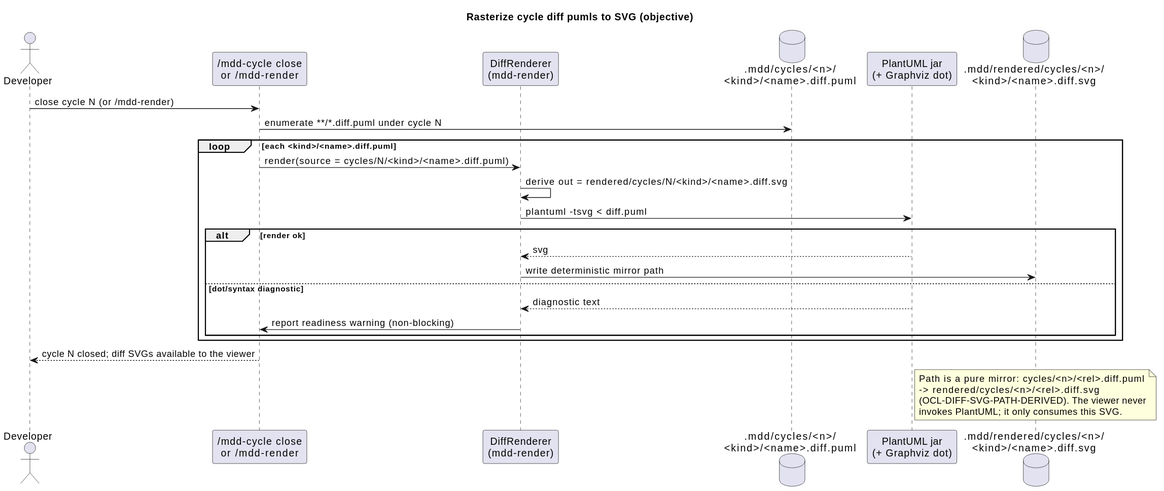
cthadeufaria/model-driven-development keeps this PlantUML diagram as .mdd/rendered/models/objective/sequences/cycle-diff-render.svg. Above is the earlier version. Its diagram source:
```plantuml
@startuml
title Rasterize cycle diff pumls to SVG (objective)

actor "Developer" as Dev
participant "/mdd-cycle close\nor /mdd-render" as Trigger
participant "DiffRenderer\n(mdd-render)" as Rend
database ".mdd/cycles/<n>/\n<kind>/<name>.diff.puml" as Store
participant "PlantUML jar\n(+ Graphviz dot)" as PUML
database ".mdd/rendered/cycles/<n>/\n<kind>/<name>.diff.svg" as Out

Dev -> Trigger : close cycle N (or /mdd-render)
Trigger -> Store : enumerate **/*.diff.puml under cycle N
loop each <kind>/<name>.diff.puml
  Trigger -> Rend : render(source = cycles/N/<kind>/<name>.diff.puml)
  Rend -> Rend : derive out = rendered/cycles/N/<kind>/<name>.diff.svg
  Rend -> PUML : plantuml -tsvg < diff.puml
  alt render ok
    PUML --> Rend : svg
    Rend -> Out : write deterministic mirror path
  else dot/syntax diagnostic
    PUML --> Rend : diagnostic text
    Rend -> Trigger : report readiness warning (non-blocking)
  end
end
Trigger --> Dev : cycle N closed; diff SVGs available to the viewer

note over Out
  Path is a pure mirror: cycles/<n>/<rel>.diff.puml
  -> rendered/cycles/<n>/<rel>.diff.svg
  (OCL-DIFF-SVG-PATH-DERIVED). The viewer never
  invokes PlantUML; it only consumes this SVG.
end note
@enduml
```
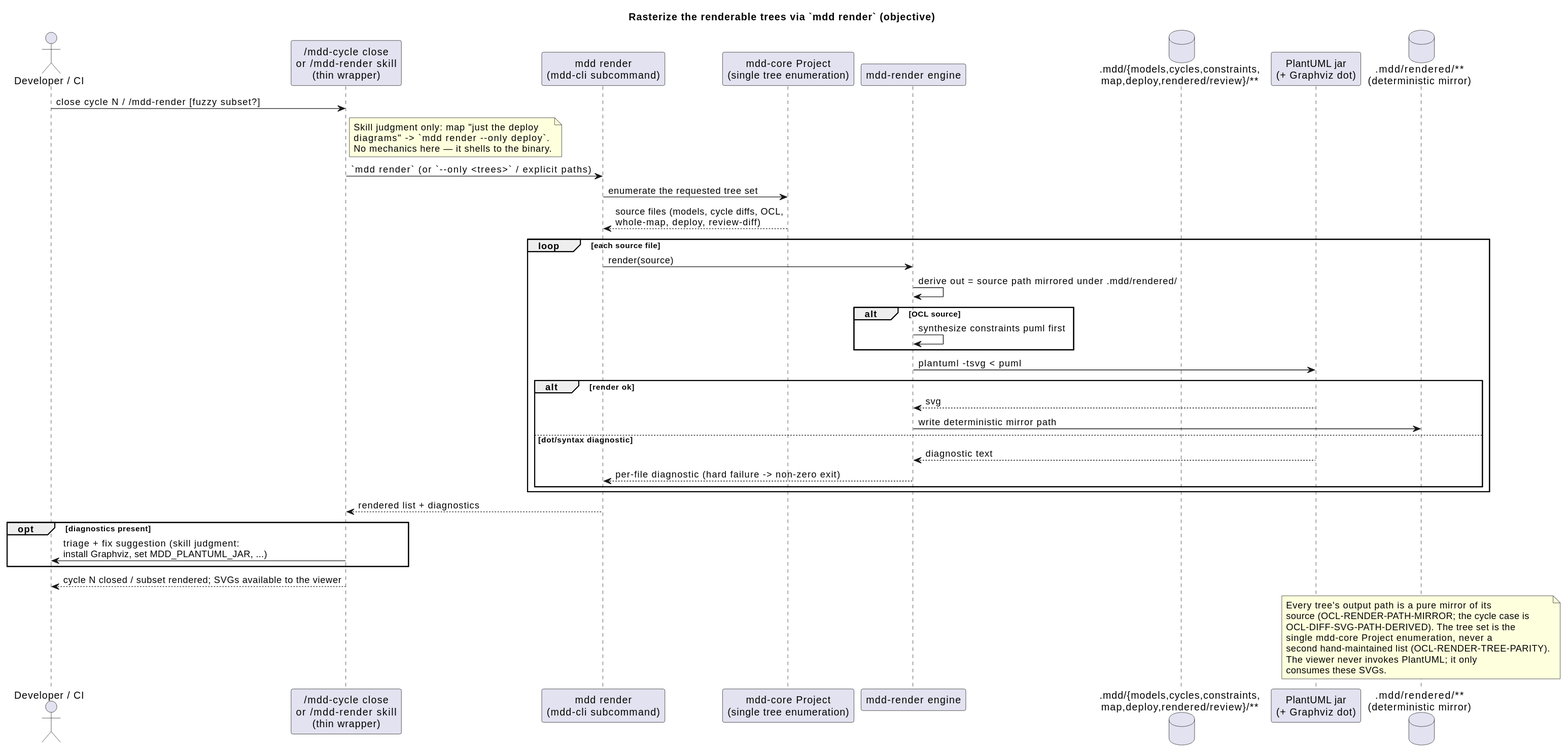
Above is the later version.

Diff of the diagram source:
```diff
@@ -1,33 +1,54 @@
 @startuml
-title Rasterize cycle diff pumls to SVG (objective)
+title Rasterize the renderable trees via `mdd render` (objective)
 
-actor "Developer" as Dev
-participant "/mdd-cycle close\nor /mdd-render" as Trigger
-participant "DiffRenderer\n(mdd-render)" as Rend
-database ".mdd/cycles/<n>/\n<kind>/<name>.diff.puml" as Store
+actor "Developer / CI" as Dev
+participant "/mdd-cycle close\nor /mdd-render skill\n(thin wrapper)" as Trigger
+participant "mdd render\n(mdd-cli subcommand)" as Cli
+participant "mdd-core Project\n(single tree enumeration)" as Proj
+participant "mdd-render engine" as Rend
+database ".mdd/{models,cycles,constraints,\nmap,deploy,rendered/review}/**" as Store
 participant "PlantUML jar\n(+ Graphviz dot)" as PUML
-database ".mdd/rendered/cycles/<n>/\n<kind>/<name>.diff.svg" as Out
+database ".mdd/rendered/**\n(deterministic mirror)" as Out
 
-Dev -> Trigger : close cycle N (or /mdd-render)
-Trigger -> Store : enumerate **/*.diff.puml under cycle N
-loop each <kind>/<name>.diff.puml
-  Trigger -> Rend : render(source = cycles/N/<kind>/<name>.diff.puml)
-  Rend -> Rend : derive out = rendered/cycles/N/<kind>/<name>.diff.svg
-  Rend -> PUML : plantuml -tsvg < diff.puml
+Dev -> Trigger : close cycle N  /  /mdd-render [fuzzy subset?]
+note right of Trigger
+  Skill judgment only: map "just the deploy
+  diagrams" -> `mdd render --only deploy`.
+  No mechanics here — it shells to the binary.
+end note
+Trigger -> Cli : `mdd render`  (or `--only <trees>` / explicit paths)
+Cli -> Proj : enumerate the requested tree set
+Proj --> Cli : source files (models, cycle diffs, OCL,\nwhole-map, deploy, review-diff)
+
+loop each source file
+  Cli -> Rend : render(source)
+  Rend -> Rend : derive out = source path mirrored under .mdd/rendered/
+  alt OCL source
+    Rend -> Rend : synthesize constraints puml first
+  end
+  Rend -> PUML : plantuml -tsvg < puml
   alt render ok
     PUML --> Rend : svg
     Rend -> Out : write deterministic mirror path
   else dot/syntax diagnostic
     PUML --> Rend : diagnostic text
-    Rend -> Trigger : report readiness warning (non-blocking)
+    Rend --> Cli : per-file diagnostic (hard failure -> non-zero exit)
   end
 end
-Trigger --> Dev : cycle N closed; diff SVGs available to the viewer
+Cli --> Trigger : rendered list + diagnostics
+
+opt diagnostics present
+  Trigger -> Dev : triage + fix suggestion (skill judgment:\ninstall Graphviz, set MDD_PLANTUML_JAR, ...)
+end
+Trigger --> Dev : cycle N closed / subset rendered; SVGs available to the viewer
 
 note over Out
-  Path is a pure mirror: cycles/<n>/<rel>.diff.puml
-  -> rendered/cycles/<n>/<rel>.diff.svg
-  (OCL-DIFF-SVG-PATH-DERIVED). The viewer never
-  invokes PlantUML; it only consumes this SVG.
+  Every tree's output path is a pure mirror of its
+  source (OCL-RENDER-PATH-MIRROR; the cycle case is
+  OCL-DIFF-SVG-PATH-DERIVED). The tree set is the
+  single mdd-core Project enumeration, never a
+  second hand-maintained list (OCL-RENDER-TREE-PARITY).
+  The viewer never invokes PlantUML; it only
+  consumes these SVGs.
 end note
 @enduml
```
